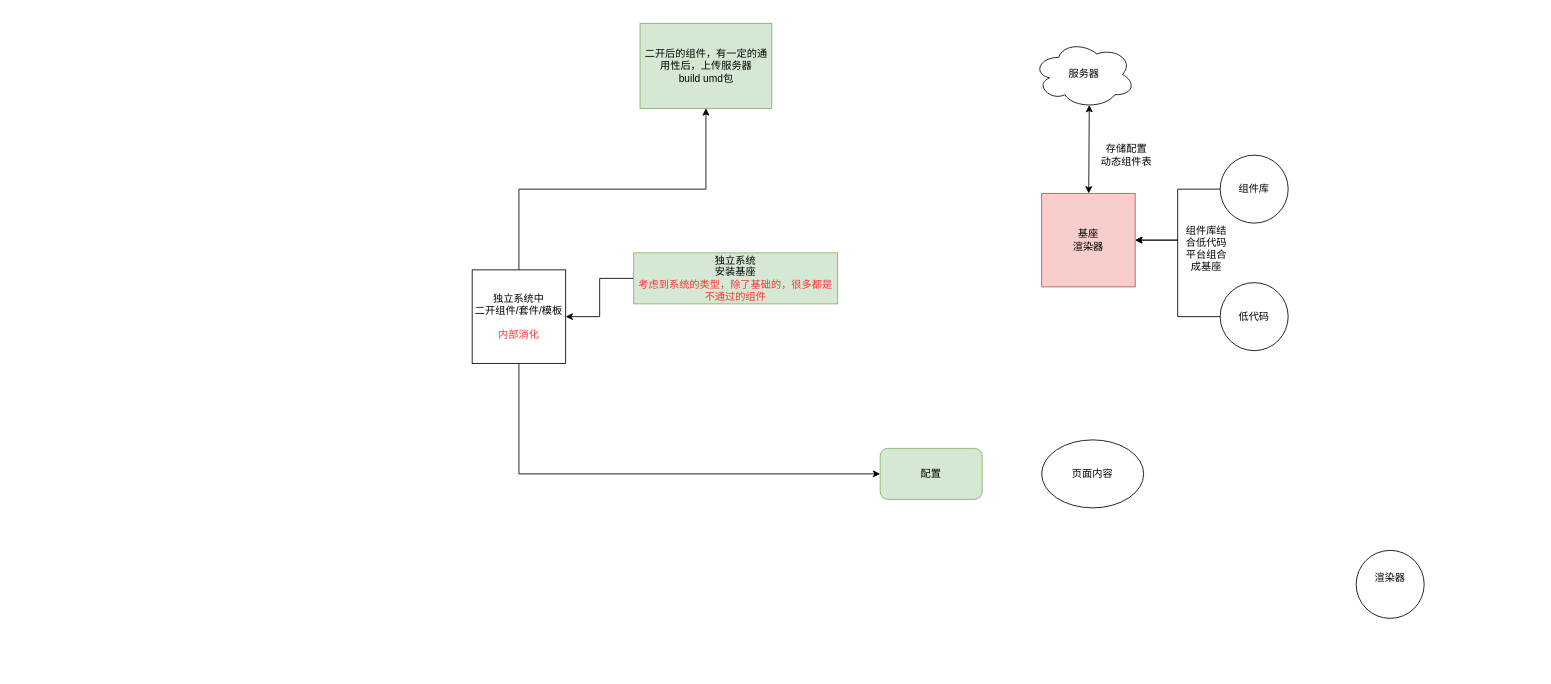
zkp442910864/test keeps this draw.io diagram as 未命名绘图.drawio. Above is the earlier version. Source tidied: cells renumbered, new cells numbered last; positions are measured from the earlier drawing's top-left corner, leaving out a move shared by most shapes. Both pictures are drawn from the tidied source at 85%, with x=0, y=0 at pixel (472, 23).
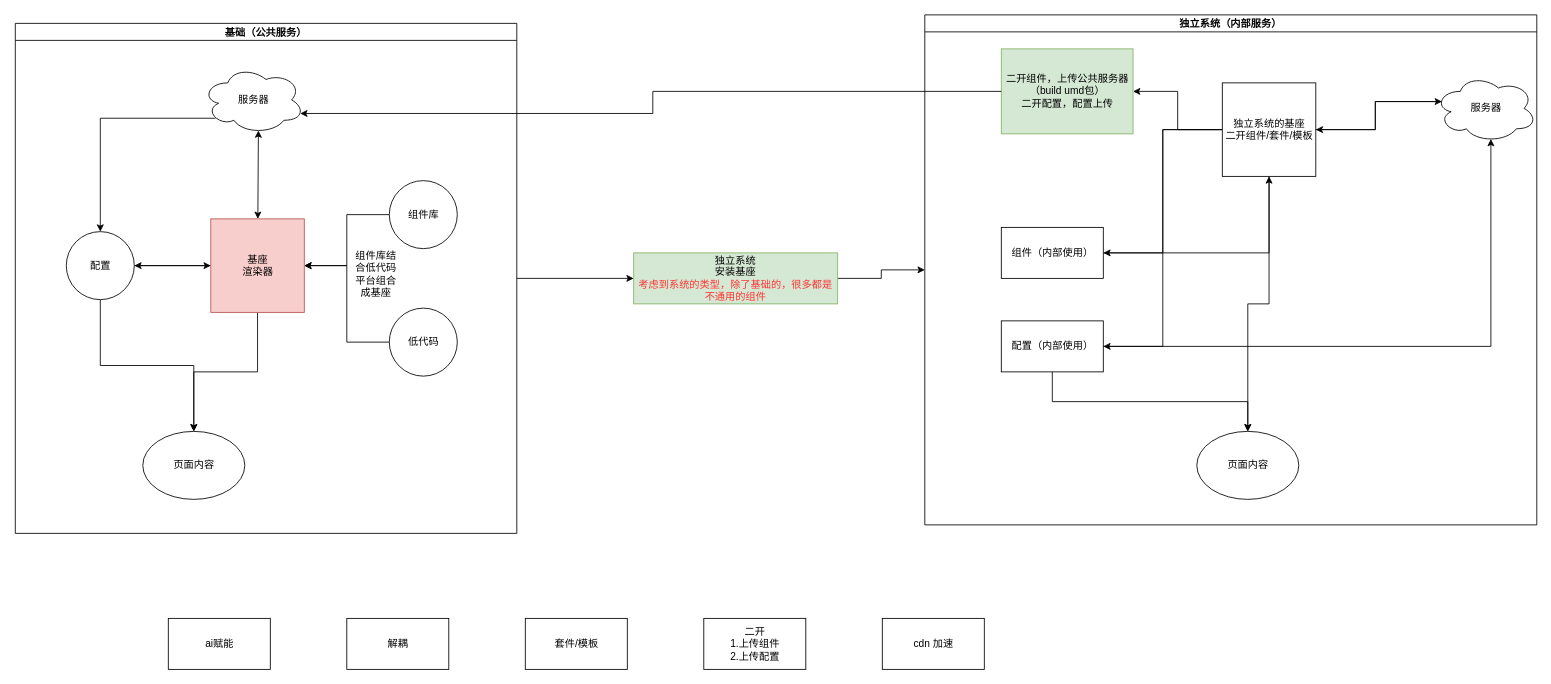
After the change.

Commit message:
更新未命名绘图.drawio

Change to the diagram source:
```diff
@@
-    <mxCell id="2" style="edgeStyle=orthogonalEdgeStyle;rounded=0;jettySize=auto;html=1;exitX=0.5;exitY=0;exitDx=0;exitDy=0;entryX=0.5;entryY=1;entryDx=0;entryDy=0;" parent="1" edge="1" source="4" target="13">
-      <mxGeometry relative="1" as="geometry" />
-    </mxCell>
-    <mxCell id="3" style="edgeStyle=orthogonalEdgeStyle;rounded=0;jettySize=auto;html=1;exitX=0.5;exitY=1;exitDx=0;exitDy=0;entryX=0;entryY=0.5;entryDx=0;entryDy=0;" parent="1" edge="1" source="4" target="10">
-      <mxGeometry relative="1" as="geometry" />
-    </mxCell>
-    <mxCell id="4" value="独立系统中&lt;div&gt;二开组件/套件/模板&lt;br&gt;&lt;br&gt;&lt;font style=&quot;color: rgb(255, 51, 51);&quot;&gt;内部消化&lt;/font&gt;&lt;/div&gt;" style="whiteSpace=wrap;html=1;" parent="1" vertex="1">
-      <mxGeometry y="290" width="110" height="110" as="geometry" />
-    </mxCell>
+    <mxCell id="20" style="edgeStyle=orthogonalEdgeStyle;rounded=0;jettySize=auto;html=1;exitX=1;exitY=0.5;exitDx=0;exitDy=0;entryX=0;entryY=0.5;entryDx=0;entryDy=0;" parent="1" edge="1" source="15" target="28">
+      <mxGeometry relative="1" as="geometry" />
+    </mxCell>
+    <mxCell id="15" value="独立系统&lt;br&gt;安装基座&lt;br&gt;&lt;font style=&quot;color: rgb(255, 51, 51);&quot;&gt;考虑到系统的类型，除了基础的，很多都是不通用的组件&lt;/font&gt;" style="rounded=0;whiteSpace=wrap;html=1;fillColor=#d5e8d4;strokeColor=#82b366;" parent="1" vertex="1">
+      <mxGeometry x="190" y="270" width="240" height="60" as="geometry" />
+    </mxCell>
+    <mxCell id="21" style="edgeStyle=orthogonalEdgeStyle;rounded=0;jettySize=auto;html=1;exitX=1;exitY=0.5;exitDx=0;exitDy=0;entryX=0;entryY=0.5;entryDx=0;entryDy=0;" parent="1" edge="1" source="22" target="15">
+      <mxGeometry relative="1" as="geometry" />
+    </mxCell>
+    <mxCell id="22" value="基础（公共服务）" style="swimlane;startSize=20;horizontal=1;containerType=tree;" parent="1" vertex="1">
+      <mxGeometry x="-537.5" width="590" height="600" as="geometry" />
+    </mxCell>
-    <mxCell id="5" style="edgeStyle=orthogonalEdgeStyle;rounded=0;jettySize=auto;html=1;exitX=0;exitY=0.5;exitDx=0;exitDy=0;entryX=1;entryY=0.5;entryDx=0;entryDy=0;" parent="1" edge="1" source="6" target="18">
+    <mxCell id="5" style="edgeStyle=orthogonalEdgeStyle;rounded=0;jettySize=auto;html=1;exitX=0;exitY=0.5;exitDx=0;exitDy=0;entryX=1;entryY=0.5;entryDx=0;entryDy=0;" parent="22" edge="1" source="6" target="18">
       <mxGeometry relative="1" as="geometry" />
     </mxCell>
-    <mxCell id="6" value="组件库" style="ellipse;whiteSpace=wrap;html=1;" parent="1" vertex="1">
-      <mxGeometry x="880" y="155" width="80" height="80" as="geometry" />
+    <mxCell id="6" value="组件库" style="ellipse;whiteSpace=wrap;html=1;" parent="22" vertex="1">
+      <mxGeometry x="440" y="185" width="80" height="80" as="geometry" />
     </mxCell>
-    <mxCell id="7" style="edgeStyle=orthogonalEdgeStyle;rounded=0;jettySize=auto;html=1;exitX=0;exitY=0.5;exitDx=0;exitDy=0;" parent="1" edge="1" source="8" target="18">
+    <mxCell id="7" style="edgeStyle=orthogonalEdgeStyle;rounded=0;jettySize=auto;html=1;exitX=0;exitY=0.5;exitDx=0;exitDy=0;" parent="22" edge="1" source="8" target="18">
       <mxGeometry relative="1" as="geometry" />
     </mxCell>
-    <mxCell id="8" value="低代码" style="ellipse;whiteSpace=wrap;html=1;" parent="1" vertex="1">
-      <mxGeometry x="880" y="305" width="80" height="80" as="geometry" />
+    <mxCell id="8" value="低代码" style="ellipse;whiteSpace=wrap;html=1;" parent="22" vertex="1">
+      <mxGeometry x="440" y="335" width="80" height="80" as="geometry" />
     </mxCell>
-    <mxCell id="9" value="渲染器&lt;div&gt;&lt;br&gt;&lt;/div&gt;" style="ellipse;whiteSpace=wrap;html=1;" parent="1" vertex="1">
-      <mxGeometry x="1040" y="620" width="80" height="80" as="geometry" />
-    </mxCell>
-    <mxCell id="10" value="配置" style="rounded=1;whiteSpace=wrap;html=1;fillColor=#d5e8d4;strokeColor=#82b366;" parent="1" vertex="1">
-      <mxGeometry x="480" y="500" width="120" height="60" as="geometry" />
-    </mxCell>
-    <mxCell id="11" value="页面内容" style="ellipse;whiteSpace=wrap;html=1;" parent="1" vertex="1">
-      <mxGeometry x="670" y="490" width="120" height="80" as="geometry" />
+    <mxCell id="11" value="页面内容" style="ellipse;whiteSpace=wrap;html=1;" parent="22" vertex="1">
+      <mxGeometry x="150" y="480" width="120" height="80" as="geometry" />
     </mxCell>
-    <mxCell id="12" value="组件库结合低代码平台组合成基座" style="text;html=1;align=center;verticalAlign=middle;whiteSpace=wrap;rounded=0;" parent="1" vertex="1">
-      <mxGeometry x="834" y="250" width="60" height="30" as="geometry" />
+    <mxCell id="12" value="组件库结合低代码平台组合成基座" style="text;html=1;align=center;verticalAlign=middle;whiteSpace=wrap;rounded=0;" parent="22" vertex="1">
+      <mxGeometry x="394" y="280" width="60" height="30" as="geometry" />
     </mxCell>
-    <mxCell id="13" value="二开后的组件，有一定的通用性后，上传服务器&lt;br&gt;build umd包" style="rounded=0;whiteSpace=wrap;html=1;fillColor=#d5e8d4;strokeColor=#82b366;" parent="1" vertex="1">
-      <mxGeometry x="197.5" width="155" height="100" as="geometry" />
-    </mxCell>
-    <mxCell id="14" style="edgeStyle=orthogonalEdgeStyle;rounded=0;jettySize=auto;html=1;exitX=0;exitY=0.5;exitDx=0;exitDy=0;" parent="1" edge="1" source="15" target="4">
-      <mxGeometry relative="1" as="geometry" />
-    </mxCell>
-    <mxCell id="15" value="独立系统&lt;br&gt;安装基座&lt;br&gt;&lt;font style=&quot;color: rgb(255, 51, 51);&quot;&gt;考虑到系统的类型，除了基础的，很多都是不通过的组件&lt;/font&gt;" style="rounded=0;whiteSpace=wrap;html=1;fillColor=#d5e8d4;strokeColor=#82b366;" parent="1" vertex="1">
-      <mxGeometry x="190" y="270" width="240" height="60" as="geometry" />
-    </mxCell>
+    <mxCell id="23" style="edgeStyle=orthogonalEdgeStyle;rounded=0;jettySize=auto;html=1;exitX=0.13;exitY=0.77;exitDx=0;exitDy=0;exitPerimeter=0;entryX=0.5;entryY=0;entryDx=0;entryDy=0;" parent="22" edge="1" source="16" target="10">
+      <mxGeometry relative="1" as="geometry" />
+    </mxCell>
-    <mxCell id="16" value="服务器" style="ellipse;shape=cloud;whiteSpace=wrap;html=1;" parent="1" vertex="1">
-      <mxGeometry x="660" y="20" width="120" height="80" as="geometry" />
+    <mxCell id="16" value="服务器" style="ellipse;shape=cloud;whiteSpace=wrap;html=1;" parent="22" vertex="1">
+      <mxGeometry x="220" y="50" width="120" height="80" as="geometry" />
     </mxCell>
-    <mxCell id="17" style="endArrow=classic;startArrow=classic;html=1;rounded=0;entryX=0.55;entryY=0.95;entryDx=0;entryDy=0;entryPerimeter=0;" parent="1" edge="1" source="18" target="16">
+    <mxCell id="17" style="endArrow=classic;startArrow=classic;html=1;rounded=0;entryX=0.55;entryY=0.95;entryDx=0;entryDy=0;entryPerimeter=0;" parent="22" edge="1" source="18" target="16">
       <mxGeometry relative="1" as="geometry" />
     </mxCell>
+    <mxCell id="24" style="edgeStyle=orthogonalEdgeStyle;rounded=0;jettySize=auto;html=1;exitX=0.5;exitY=1;exitDx=0;exitDy=0;entryX=0.5;entryY=0;entryDx=0;entryDy=0;" parent="22" edge="1" source="18" target="11">
+      <mxGeometry relative="1" as="geometry" />
+    </mxCell>
+    <mxCell id="25" style="edgeStyle=orthogonalEdgeStyle;rounded=0;jettySize=auto;html=1;exitX=0;exitY=0.5;exitDx=0;exitDy=0;" parent="22" edge="1" source="18" target="10">
+      <mxGeometry relative="1" as="geometry" />
+    </mxCell>
-    <mxCell id="18" value="基座&lt;div&gt;渲染器&lt;/div&gt;" style="whiteSpace=wrap;html=1;fillColor=#f8cecc;strokeColor=#b85450;" parent="1" vertex="1">
-      <mxGeometry x="670" y="200" width="110" height="110" as="geometry" />
+    <mxCell id="18" value="基座&lt;div&gt;渲染器&lt;/div&gt;" style="whiteSpace=wrap;html=1;fillColor=#f8cecc;strokeColor=#b85450;" parent="22" vertex="1">
+      <mxGeometry x="230" y="230" width="110" height="110" as="geometry" />
     </mxCell>
-    <mxCell id="19" value="存储配置&lt;div&gt;动态组件表&lt;/div&gt;" style="text;html=1;align=center;verticalAlign=middle;whiteSpace=wrap;rounded=0;" parent="1" vertex="1">
-      <mxGeometry x="720" y="140" width="100" height="30" as="geometry" />
-    </mxCell>
+    <mxCell id="26" style="edgeStyle=orthogonalEdgeStyle;rounded=0;jettySize=auto;html=1;exitX=0.5;exitY=1;exitDx=0;exitDy=0;entryX=0.5;entryY=0;entryDx=0;entryDy=0;" parent="22" edge="1" source="10" target="11">
+      <mxGeometry relative="1" as="geometry" />
+    </mxCell>
+    <mxCell id="27" style="edgeStyle=orthogonalEdgeStyle;rounded=0;jettySize=auto;html=1;exitX=1;exitY=0.5;exitDx=0;exitDy=0;entryX=0;entryY=0.5;entryDx=0;entryDy=0;" parent="22" edge="1" source="10" target="18">
+      <mxGeometry relative="1" as="geometry" />
+    </mxCell>
+    <mxCell id="10" value="配置" style="ellipse;whiteSpace=wrap;html=1;" parent="22" vertex="1">
+      <mxGeometry x="60" y="245" width="80" height="80" as="geometry" />
+    </mxCell>
+    <mxCell id="28" value="独立系统（内部服务）" style="swimlane;startSize=20;horizontal=1;containerType=tree;" parent="1" vertex="1">
+      <mxGeometry x="532.5" y="-10" width="720" height="600" as="geometry" />
+    </mxCell>
+    <mxCell id="29" style="edgeStyle=orthogonalEdgeStyle;rounded=0;jettySize=auto;html=1;exitX=0;exitY=0.5;exitDx=0;exitDy=0;entryX=1;entryY=0.5;entryDx=0;entryDy=0;" parent="28" edge="1" source="33" target="34">
+      <mxGeometry relative="1" as="geometry" />
+    </mxCell>
+    <mxCell id="30" style="edgeStyle=orthogonalEdgeStyle;rounded=0;jettySize=auto;html=1;exitX=0;exitY=0.5;exitDx=0;exitDy=0;entryX=1;entryY=0.5;entryDx=0;entryDy=0;" parent="28" edge="1" source="33" target="39">
+      <mxGeometry relative="1" as="geometry" />
+    </mxCell>
+    <mxCell id="31" style="edgeStyle=orthogonalEdgeStyle;rounded=0;jettySize=auto;html=1;exitX=0;exitY=0.5;exitDx=0;exitDy=0;entryX=1;entryY=0.5;entryDx=0;entryDy=0;" parent="28" edge="1" source="33" target="41">
+      <mxGeometry relative="1" as="geometry" />
+    </mxCell>
+    <mxCell id="32" style="edgeStyle=orthogonalEdgeStyle;rounded=0;jettySize=auto;html=1;exitX=0.5;exitY=1;exitDx=0;exitDy=0;" parent="28" edge="1" source="33" target="43">
+      <mxGeometry relative="1" as="geometry" />
+    </mxCell>
+    <mxCell id="33" value="独立系统的基座&lt;div&gt;二开组件/套件/模板&lt;/div&gt;" style="whiteSpace=wrap;html=1;" parent="28" vertex="1">
+      <mxGeometry x="350" y="80" width="110" height="110" as="geometry" />
+    </mxCell>
+    <mxCell id="34" value="二开组件，上传公共服务器（build umd包）&lt;br&gt;&lt;div&gt;二开配置，配置上传&lt;/div&gt;" style="rounded=0;whiteSpace=wrap;html=1;fillColor=#d5e8d4;strokeColor=#82b366;" parent="28" vertex="1">
+      <mxGeometry x="90" y="40" width="155" height="100" as="geometry" />
+    </mxCell>
+    <mxCell id="35" style="edgeStyle=orthogonalEdgeStyle;rounded=0;jettySize=auto;html=1;exitX=0.07;exitY=0.4;exitDx=0;exitDy=0;exitPerimeter=0;entryX=1;entryY=0.5;entryDx=0;entryDy=0;" parent="28" edge="1" source="36" target="33">
+      <mxGeometry relative="1" as="geometry" />
+    </mxCell>
+    <mxCell id="36" value="服务器" style="ellipse;shape=cloud;whiteSpace=wrap;html=1;" parent="28" vertex="1">
+      <mxGeometry x="600" y="70" width="120" height="80" as="geometry" />
+    </mxCell>
+    <mxCell id="37" style="edgeStyle=orthogonalEdgeStyle;rounded=0;jettySize=auto;html=1;exitX=1;exitY=0.5;exitDx=0;exitDy=0;entryX=0.07;entryY=0.4;entryDx=0;entryDy=0;entryPerimeter=0;" parent="28" edge="1" source="33" target="36">
+      <mxGeometry relative="1" as="geometry" />
+    </mxCell>
+    <mxCell id="38" style="edgeStyle=orthogonalEdgeStyle;rounded=0;jettySize=auto;html=1;exitX=1;exitY=0.5;exitDx=0;exitDy=0;entryX=0.5;entryY=1;entryDx=0;entryDy=0;" parent="28" edge="1" source="39" target="33">
+      <mxGeometry relative="1" as="geometry" />
+    </mxCell>
+    <mxCell id="39" value="组件（内部使用）" style="rounded=0;whiteSpace=wrap;html=1;" parent="28" vertex="1">
+      <mxGeometry x="90" y="250" width="120" height="60" as="geometry" />
+    </mxCell>
+    <mxCell id="40" style="edgeStyle=orthogonalEdgeStyle;rounded=0;jettySize=auto;html=1;exitX=0.5;exitY=1;exitDx=0;exitDy=0;entryX=0.5;entryY=0;entryDx=0;entryDy=0;" parent="28" edge="1" source="41" target="43">
+      <mxGeometry relative="1" as="geometry" />
+    </mxCell>
+    <mxCell id="41" value="配置（内部使用）" style="rounded=0;whiteSpace=wrap;html=1;" parent="28" vertex="1">
+      <mxGeometry x="90" y="360" width="120" height="60" as="geometry" />
+    </mxCell>
+    <mxCell id="42" style="edgeStyle=orthogonalEdgeStyle;rounded=0;jettySize=auto;html=1;exitX=1;exitY=0.5;exitDx=0;exitDy=0;entryX=0.55;entryY=0.95;entryDx=0;entryDy=0;entryPerimeter=0;" parent="28" edge="1" source="41" target="36">
+      <mxGeometry relative="1" as="geometry" />
+    </mxCell>
+    <mxCell id="43" value="页面内容" style="ellipse;whiteSpace=wrap;html=1;" parent="28" vertex="1">
+      <mxGeometry x="320" y="490" width="120" height="80" as="geometry" />
+    </mxCell>
+    <mxCell id="44" style="edgeStyle=orthogonalEdgeStyle;rounded=0;jettySize=auto;html=1;exitX=0;exitY=0.5;exitDx=0;exitDy=0;entryX=0.96;entryY=0.7;entryDx=0;entryDy=0;entryPerimeter=0;" parent="1" edge="1" source="34" target="16">
+      <mxGeometry relative="1" as="geometry" />
+    </mxCell>
+    <mxCell id="45" value="ai赋能" style="rounded=0;whiteSpace=wrap;html=1;" parent="1" vertex="1">
+      <mxGeometry x="-357.5" y="700" width="120" height="60" as="geometry" />
+    </mxCell>
+    <mxCell id="46" value="解耦" style="rounded=0;whiteSpace=wrap;html=1;" parent="1" vertex="1">
+      <mxGeometry x="-147.5" y="700" width="120" height="60" as="geometry" />
+    </mxCell>
+    <mxCell id="47" value="套件/模板" style="rounded=0;whiteSpace=wrap;html=1;" parent="1" vertex="1">
+      <mxGeometry x="62.5" y="700" width="120" height="60" as="geometry" />
+    </mxCell>
+    <mxCell id="48" value="二开&lt;br&gt;1.上传组件&lt;br&gt;2.上传配置" style="rounded=0;whiteSpace=wrap;html=1;" parent="1" vertex="1">
+      <mxGeometry x="272.5" y="700" width="120" height="60" as="geometry" />
+    </mxCell>
+    <mxCell id="49" value="cdn 加速" style="rounded=0;whiteSpace=wrap;html=1;" parent="1" vertex="1">
+      <mxGeometry x="482.5" y="700" width="120" height="60" as="geometry" />
+    </mxCell>
```
